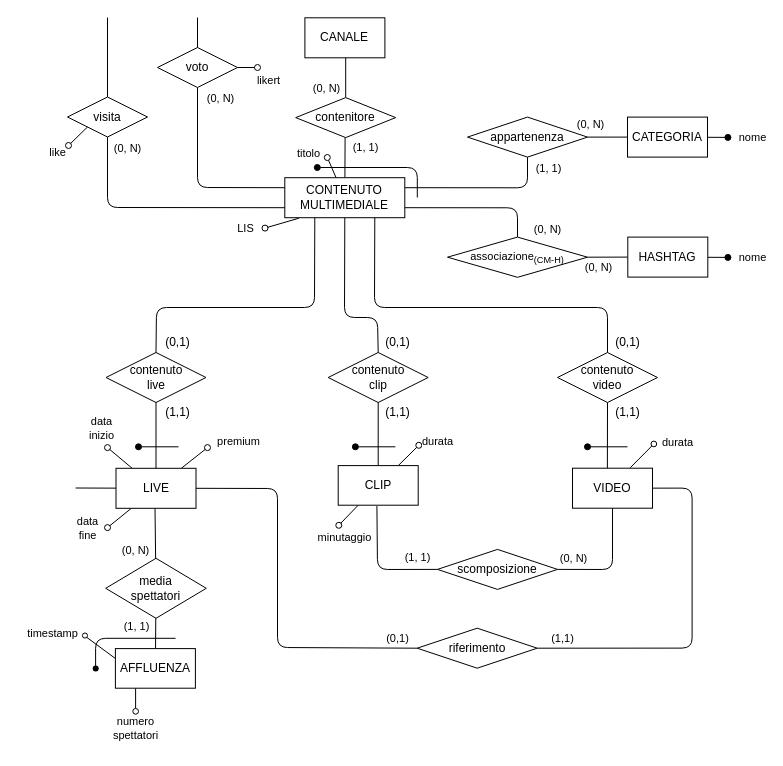
The draw.io diagram Progetto Esame - DBSperimentazioni A.A. 2023-2024/Diagrammi/generalizzazioni/2.3.2.2_gen_2b.drawio in Mattron2000/Basi_di_dati, before the edit. Source tidied: cells renumbered, new cells numbered last; positions are measured from the earlier drawing's top-left corner, leaving out a move shared by most shapes. Both pictures are drawn from the tidied source at 100%, with x=0, y=0 at pixel (17, 17).
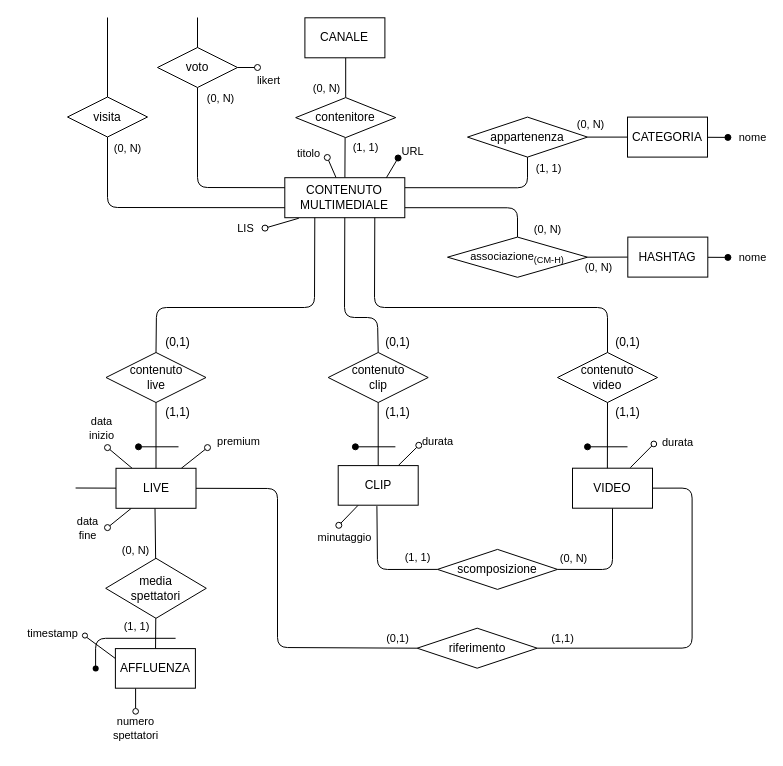
After the change.

Unchanged cells that the change refers to:
```xml
<mxCell id="70" value="visita" style="rhombus;whiteSpace=wrap;html=1;" parent="1" vertex="1">
  <mxGeometry x="50" y="79.5" width="80" height="40" as="geometry" />
</mxCell>
```

Diff of the diagram source:
```diff
@@
-    <mxCell id="9" style="endArrow=oval;html=1;fillStyle=auto;strokeWidth=1;startSize=6;endSize=6;fillColor=#000000;startArrow=none;startFill=0;endFill=1;fontStyle=0;" parent="1" edge="1">
-      <mxGeometry relative="1" as="geometry">
-        <mxPoint x="399.8" y="180" as="sourcePoint" />
-        <mxPoint x="299.8" y="150" as="targetPoint" />
-        <Array as="points">
-          <mxPoint x="399.8" y="150" />
-        </Array>
-      </mxGeometry>
-    </mxCell>
@@
-    <mxCell id="76" style="endArrow=oval;html=1;fillStyle=auto;strokeWidth=1;startSize=6;endSize=6;fillColor=#000000;startArrow=none;startFill=0;endFill=0;strokeColor=#000000;exitX=0;exitY=1;exitDx=0;exitDy=0;" parent="1" edge="1" source="70">
-      <mxGeometry relative="1" as="geometry">
-        <mxPoint x="51" y="128" as="targetPoint" />
-      </mxGeometry>
-    </mxCell>
-    <mxCell id="77" value="&lt;font style=&quot;font-size: 11px;&quot;&gt;like&lt;/font&gt;" style="text;html=1;align=center;verticalAlign=middle;strokeColor=none;fillColor=none;" parent="1" vertex="1">
-      <mxGeometry x="20" y="119.5" width="40" height="30" as="geometry" />
-    </mxCell>
@@
+    <mxCell id="98" value="&lt;font style=&quot;font-size: 11px;&quot;&gt;URL&lt;/font&gt;" style="text;html=1;align=center;verticalAlign=middle;strokeColor=none;fillColor=none;" parent="1" vertex="1">
+      <mxGeometry x="370" y="119" width="50" height="30" as="geometry" />
+    </mxCell>
+    <mxCell id="99" style="endArrow=oval;html=1;fillStyle=auto;strokeWidth=1;startSize=6;endSize=6;fillColor=#000000;startArrow=none;startFill=0;endFill=1;exitX=0.821;exitY=0.003;exitDx=0;exitDy=0;exitPerimeter=0;" parent="1" edge="1">
+      <mxGeometry relative="1" as="geometry">
+        <mxPoint x="368.9" y="160.2" as="sourcePoint" />
+        <mxPoint x="380.6" y="140.5" as="targetPoint" />
+      </mxGeometry>
+    </mxCell>
```
